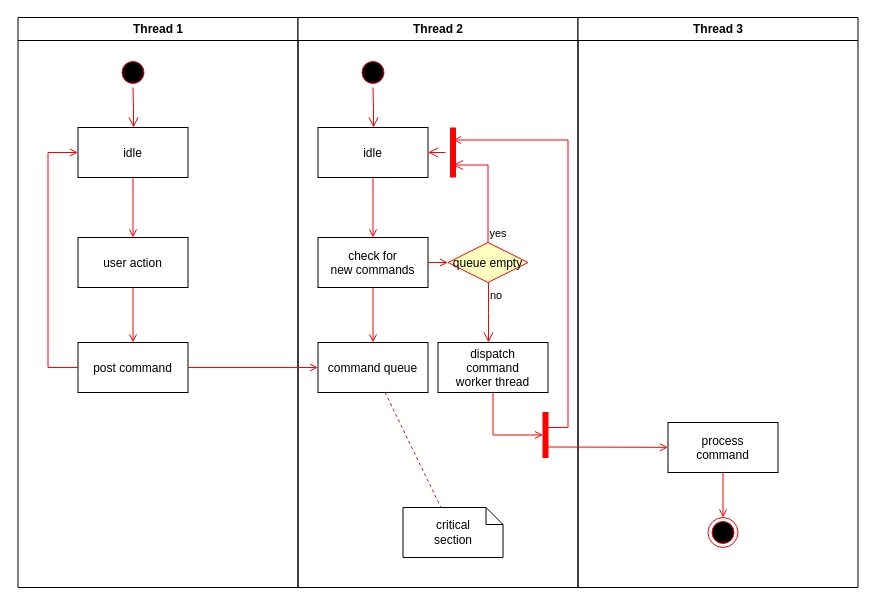
The draw.io diagram Untitled Diagram.drawio in guilhermesbc/teste, before the edit. Source tidied: cells renumbered, new cells numbered last; positions are measured from the earlier drawing's top-left corner, leaving out a move shared by most shapes. Both pictures are drawn from the tidied source at 100%, with x=0, y=0 at pixel (17, 17).
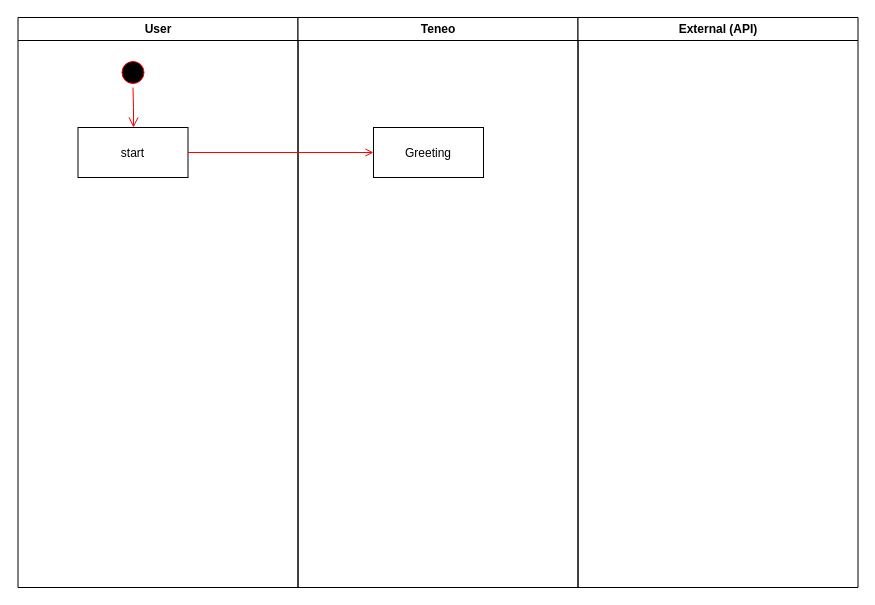
Above is the later version.

Diff of the diagram source:
```diff
@@
-    <mxCell id="2" value="Thread 1" style="swimlane;whiteSpace=wrap;" parent="1" vertex="1">
+    <mxCell id="2" value="User" style="swimlane;whiteSpace=wrap;" parent="1" vertex="1">
       <mxGeometry x="0.5" width="280" height="570" as="geometry" />
     </mxCell>
@@
-    <mxCell id="5" value="idle" parent="2" vertex="1">
+    <mxCell id="5" value="start" parent="2" vertex="1">
       <mxGeometry x="60" y="110" width="110" height="50" as="geometry" />
     </mxCell>
+    <mxCell id="11" value="Teneo" style="swimlane;whiteSpace=wrap;" parent="1" vertex="1">
+      <mxGeometry x="280.5" width="280" height="570" as="geometry" />
+    </mxCell>
-    <mxCell id="6" value="user action" parent="2" vertex="1">
-      <mxGeometry x="60" y="220" width="110" height="50" as="geometry" />
+    <mxCell id="6" value="Greeting" parent="11" vertex="1">
+      <mxGeometry x="75.5" y="110" width="110" height="50" as="geometry" />
     </mxCell>
+    <mxCell id="30" value="External (API)" style="swimlane;whiteSpace=wrap;" parent="1" vertex="1">
+      <mxGeometry x="560.5" width="280" height="570" as="geometry" />
+    </mxCell>
-    <mxCell id="7" style="endArrow=open;strokeColor=#FF0000;endFill=1;rounded=0;" parent="2" edge="1" source="5" target="6">
+    <mxCell id="7" style="endArrow=open;strokeColor=#FF0000;endFill=1;rounded=0;" parent="1" edge="1" source="5" target="6">
       <mxGeometry relative="1" as="geometry" />
     </mxCell>
-    <mxCell id="8" value="post command" parent="2" vertex="1">
-      <mxGeometry x="60" y="325" width="110" height="50" as="geometry" />
-    </mxCell>
-    <mxCell id="9" style="endArrow=open;strokeColor=#FF0000;endFill=1;rounded=0;" parent="2" edge="1" source="6" target="8">
-      <mxGeometry relative="1" as="geometry" />
-    </mxCell>
-    <mxCell id="10" style="edgeStyle=elbowEdgeStyle;elbow=horizontal;strokeColor=#FF0000;endArrow=open;endFill=1;rounded=0;" parent="2" edge="1" source="8" target="5">
-      <mxGeometry relative="1" as="geometry">
-        <Array as="points">
-          <mxPoint x="30" y="250" />
-        </Array>
-      </mxGeometry>
-    </mxCell>
-    <mxCell id="11" value="Thread 2" style="swimlane;whiteSpace=wrap;" parent="1" vertex="1">
-      <mxGeometry x="280.5" width="280" height="570" as="geometry" />
-    </mxCell>
-    <mxCell id="12" style="ellipse;shape=startState;fillColor=#000000;strokeColor=#ff0000;" parent="11" vertex="1">
-      <mxGeometry x="60" y="40" width="30" height="30" as="geometry" />
-    </mxCell>
-    <mxCell id="13" style="edgeStyle=elbowEdgeStyle;elbow=horizontal;verticalAlign=bottom;endArrow=open;endSize=8;strokeColor=#FF0000;endFill=1;rounded=0;" parent="11" edge="1" source="12" target="14">
-      <mxGeometry x="40" y="20" as="geometry" />
-    </mxCell>
-    <mxCell id="14" value="idle" parent="11" vertex="1">
-      <mxGeometry x="20" y="110" width="110" height="50" as="geometry" />
-    </mxCell>
-    <mxCell id="15" value="check for &#10;new commands" parent="11" vertex="1">
-      <mxGeometry x="20" y="220" width="110" height="50" as="geometry" />
-    </mxCell>
-    <mxCell id="16" style="endArrow=open;strokeColor=#FF0000;endFill=1;rounded=0;" parent="11" edge="1" source="14" target="15">
-      <mxGeometry relative="1" as="geometry" />
-    </mxCell>
-    <mxCell id="17" value="command queue" parent="11" vertex="1">
-      <mxGeometry x="20" y="325" width="110" height="50" as="geometry" />
-    </mxCell>
-    <mxCell id="18" style="endArrow=open;strokeColor=#FF0000;endFill=1;rounded=0;" parent="11" edge="1" source="15" target="17">
-      <mxGeometry relative="1" as="geometry" />
-    </mxCell>
-    <mxCell id="19" value="queue empty" style="rhombus;fillColor=#ffffc0;strokeColor=#ff0000;" parent="11" vertex="1">
-      <mxGeometry x="150" y="225" width="80" height="40" as="geometry" />
-    </mxCell>
-    <mxCell id="20" value="yes" style="edgeStyle=elbowEdgeStyle;elbow=horizontal;align=left;verticalAlign=bottom;endArrow=open;endSize=8;strokeColor=#FF0000;exitX=0.5;exitY=0;endFill=1;rounded=0;entryX=0.75;entryY=0.5;entryPerimeter=0;" parent="11" edge="1" source="19" target="23">
-      <mxGeometry x="-1" relative="1" as="geometry">
-        <Array as="points">
-          <mxPoint x="190" y="180" />
-        </Array>
-      </mxGeometry>
-    </mxCell>
-    <mxCell id="21" value="no" style="edgeStyle=elbowEdgeStyle;elbow=horizontal;align=left;verticalAlign=top;endArrow=open;endSize=8;strokeColor=#FF0000;endFill=1;rounded=0;" parent="11" edge="1" source="19" target="25">
-      <mxGeometry x="-1" relative="1" as="geometry" />
-    </mxCell>
-    <mxCell id="22" style="endArrow=open;strokeColor=#FF0000;endFill=1;rounded=0;" parent="11" edge="1" source="15" target="19">
-      <mxGeometry relative="1" as="geometry" />
-    </mxCell>
-    <mxCell id="23" style="shape=line;strokeWidth=6;strokeColor=#ff0000;rotation=90;" parent="11" vertex="1">
-      <mxGeometry x="130" y="127.5" width="50" height="15" as="geometry" />
-    </mxCell>
-    <mxCell id="24" style="edgeStyle=elbowEdgeStyle;elbow=horizontal;verticalAlign=bottom;endArrow=open;endSize=8;strokeColor=#FF0000;endFill=1;rounded=0;" parent="11" edge="1" source="23" target="14">
-      <mxGeometry x="130" y="90" as="geometry" />
-    </mxCell>
-    <mxCell id="25" value="dispatch&#10;command&#10;worker thread" parent="11" vertex="1">
-      <mxGeometry x="140" y="325" width="110" height="50" as="geometry" />
-    </mxCell>
-    <mxCell id="26" value="critical&#10;section" style="shape=note;whiteSpace=wrap;size=17;" parent="11" vertex="1">
-      <mxGeometry x="105" y="490" width="100" height="50" as="geometry" />
-    </mxCell>
-    <mxCell id="27" style="endArrow=none;strokeColor=#FF0000;endFill=0;rounded=0;dashed=1;" parent="11" edge="1" source="17" target="26">
-      <mxGeometry relative="1" as="geometry" />
-    </mxCell>
-    <mxCell id="28" style="whiteSpace=wrap;strokeColor=#FF0000;fillColor=#FF0000;" parent="11" vertex="1">
-      <mxGeometry x="245" y="395" width="5" height="45" as="geometry" />
-    </mxCell>
-    <mxCell id="29" style="edgeStyle=elbowEdgeStyle;elbow=horizontal;entryX=0;entryY=0.5;strokeColor=#FF0000;endArrow=open;endFill=1;rounded=0;" parent="11" edge="1" source="25" target="28">
-      <mxGeometry relative="1" as="geometry">
-        <Array as="points">
-          <mxPoint x="195" y="400" />
-        </Array>
-      </mxGeometry>
-    </mxCell>
-    <mxCell id="30" value="Thread 3" style="swimlane;whiteSpace=wrap;" parent="1" vertex="1">
-      <mxGeometry x="560.5" width="280" height="570" as="geometry" />
-    </mxCell>
-    <mxCell id="31" value="process&#10;command" parent="30" vertex="1">
-      <mxGeometry x="90" y="405" width="110" height="50" as="geometry" />
-    </mxCell>
-    <mxCell id="32" style="edgeStyle=elbowEdgeStyle;elbow=horizontal;strokeColor=#FF0000;endArrow=open;endFill=1;rounded=0;entryX=0.25;entryY=0.5;entryPerimeter=0;" parent="30" edge="1" target="23">
-      <mxGeometry relative="1" as="geometry">
-        <mxPoint x="-30" y="410" as="sourcePoint" />
-        <Array as="points">
-          <mxPoint x="-10" y="135" />
-        </Array>
-      </mxGeometry>
-    </mxCell>
-    <mxCell id="33" style="edgeStyle=none;strokeColor=#FF0000;endArrow=open;endFill=1;rounded=0;" parent="30" edge="1" target="31">
-      <mxGeometry relative="1" as="geometry">
-        <mxPoint x="-30" y="429.5" as="sourcePoint" />
-      </mxGeometry>
-    </mxCell>
-    <mxCell id="34" style="ellipse;shape=endState;fillColor=#000000;strokeColor=#ff0000;" parent="30" vertex="1">
-      <mxGeometry x="130" y="500" width="30" height="30" as="geometry" />
-    </mxCell>
-    <mxCell id="35" style="endArrow=open;strokeColor=#FF0000;endFill=1;rounded=0;" parent="30" edge="1" source="31" target="34">
-      <mxGeometry relative="1" as="geometry" />
-    </mxCell>
-    <mxCell id="36" style="endArrow=open;strokeColor=#FF0000;endFill=1;rounded=0;" parent="1" edge="1" source="8" target="17">
-      <mxGeometry relative="1" as="geometry" />
-    </mxCell>
```
